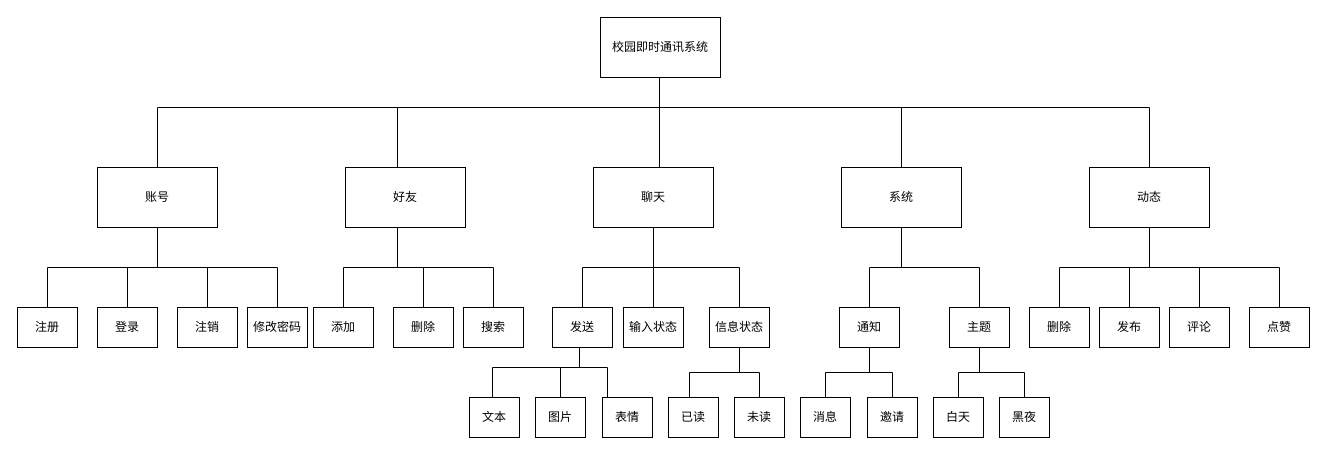
This is 未命名绘图.drawio from kkiiidd/demo1, a draw.io file, before an edit. Source tidied: cells renumbered, new cells numbered last; positions are measured from the earlier drawing's top-left corner, leaving out a move shared by most shapes. Both pictures are drawn from the tidied source at 100%, with x=0, y=0 at pixel (17, 17).
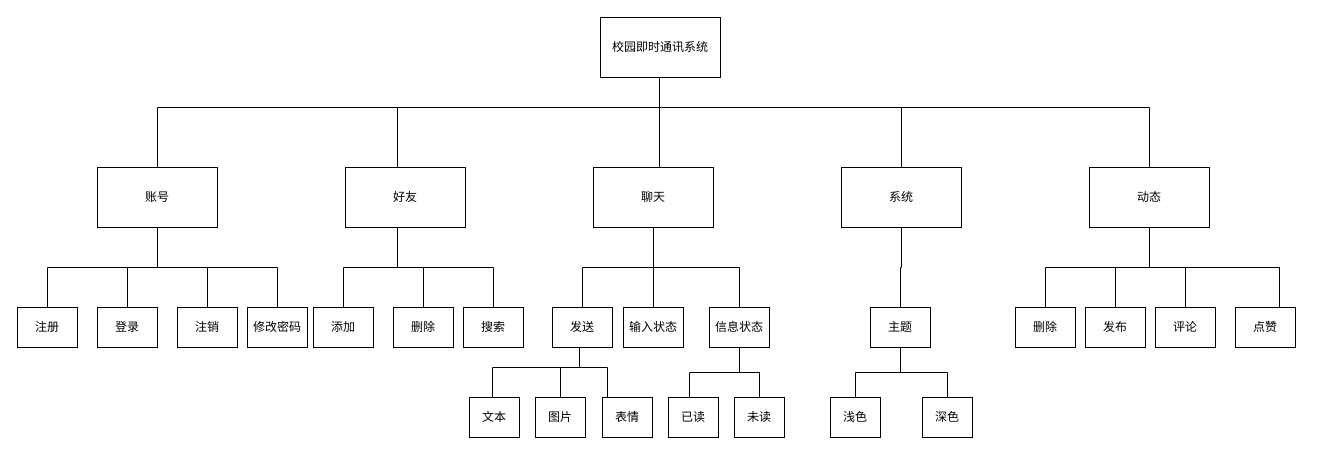
The same diagram, later.

Commit message:
更新未命名绘图.drawio

The change refers to these unchanged cells:
```xml
<mxCell id="24" value="系统" style="rounded=0;whiteSpace=wrap;html=1;strokeColor=default;" parent="1" vertex="1">
  <mxGeometry x="824" y="150" width="120" height="60" as="geometry" />
</mxCell>
<mxCell id="29" value="动态" style="rounded=0;whiteSpace=wrap;html=1;strokeColor=default;" parent="1" vertex="1">
  <mxGeometry x="1072" y="150" width="120" height="60" as="geometry" />
</mxCell>
```

Change to the diagram source:
```diff
@@
-    <mxCell id="22" style="edgeStyle=orthogonalEdgeStyle;rounded=0;jettySize=auto;html=1;entryX=0.5;entryY=0;entryDx=0;entryDy=0;strokeColor=default;endArrow=none;endFill=0;" parent="1" edge="1" source="24" target="46">
-      <mxGeometry relative="1" as="geometry">
-        <Array as="points">
-          <mxPoint x="884" y="250" />
-          <mxPoint x="852" y="250" />
-        </Array>
-      </mxGeometry>
-    </mxCell>
@@
     <mxCell id="25" style="edgeStyle=orthogonalEdgeStyle;rounded=0;jettySize=auto;html=1;entryX=0.5;entryY=0;entryDx=0;entryDy=0;strokeColor=default;endArrow=none;endFill=0;" parent="1" edge="1" source="29" target="50">
-      <mxGeometry relative="1" as="geometry" />
+      <mxGeometry relative="1" as="geometry">
+        <Array as="points">
+          <mxPoint x="1132" y="250" />
+          <mxPoint x="1028" y="250" />
+        </Array>
+      </mxGeometry>
     </mxCell>
@@
-    <mxCell id="44" style="edgeStyle=orthogonalEdgeStyle;rounded=0;jettySize=auto;html=1;entryX=0.5;entryY=0;entryDx=0;entryDy=0;strokeColor=default;endArrow=none;endFill=0;" parent="1" edge="1" source="46" target="59">
-      <mxGeometry relative="1" as="geometry" />
-    </mxCell>
-    <mxCell id="45" style="edgeStyle=orthogonalEdgeStyle;rounded=0;jettySize=auto;html=1;strokeColor=default;endArrow=none;endFill=0;" parent="1" edge="1" source="46" target="60">
-      <mxGeometry relative="1" as="geometry" />
-    </mxCell>
-    <mxCell id="46" value="通知" style="rounded=0;whiteSpace=wrap;html=1;strokeColor=default;" parent="1" vertex="1">
-      <mxGeometry x="822" y="290" width="60" height="40" as="geometry" />
-    </mxCell>
@@
     <mxCell id="49" value="主题" style="rounded=0;whiteSpace=wrap;html=1;strokeColor=default;" parent="1" vertex="1">
-      <mxGeometry x="932" y="290" width="60" height="40" as="geometry" />
+      <mxGeometry x="853" y="290" width="60" height="40" as="geometry" />
     </mxCell>
     <mxCell id="50" value="删除" style="rounded=0;whiteSpace=wrap;html=1;strokeColor=default;" parent="1" vertex="1">
-      <mxGeometry x="1012" y="290" width="60" height="40" as="geometry" />
+      <mxGeometry x="998" y="290" width="60" height="40" as="geometry" />
     </mxCell>
     <mxCell id="51" value="发布" style="rounded=0;whiteSpace=wrap;html=1;strokeColor=default;" parent="1" vertex="1">
-      <mxGeometry x="1082" y="290" width="60" height="40" as="geometry" />
+      <mxGeometry x="1068" y="290" width="60" height="40" as="geometry" />
     </mxCell>
     <mxCell id="52" value="评论" style="rounded=0;whiteSpace=wrap;html=1;strokeColor=default;" parent="1" vertex="1">
-      <mxGeometry x="1152" y="290" width="60" height="40" as="geometry" />
+      <mxGeometry x="1138" y="290" width="60" height="40" as="geometry" />
     </mxCell>
     <mxCell id="53" value="点赞" style="rounded=0;whiteSpace=wrap;html=1;strokeColor=default;" parent="1" vertex="1">
-      <mxGeometry x="1232" y="290" width="60" height="40" as="geometry" />
+      <mxGeometry x="1218" y="290" width="60" height="40" as="geometry" />
     </mxCell>
@@
-    <mxCell id="59" value="消息" style="rounded=0;whiteSpace=wrap;html=1;flipH=1;strokeColor=default;" parent="1" vertex="1">
-      <mxGeometry x="783" y="380" width="50" height="40" as="geometry" />
-    </mxCell>
-    <mxCell id="60" value="邀请" style="rounded=0;whiteSpace=wrap;html=1;flipH=1;strokeColor=default;" parent="1" vertex="1">
-      <mxGeometry x="850" y="380" width="50" height="40" as="geometry" />
-    </mxCell>
-    <mxCell id="61" value="白天" style="rounded=0;whiteSpace=wrap;html=1;flipH=1;strokeColor=default;" parent="1" vertex="1">
-      <mxGeometry x="916" y="380" width="50" height="40" as="geometry" />
+    <mxCell id="61" value="浅色" style="rounded=0;whiteSpace=wrap;html=1;flipH=1;strokeColor=default;" parent="1" vertex="1">
+      <mxGeometry x="813" y="380" width="50" height="40" as="geometry" />
     </mxCell>
-    <mxCell id="62" value="黑夜" style="rounded=0;whiteSpace=wrap;html=1;flipH=1;strokeColor=default;" parent="1" vertex="1">
-      <mxGeometry x="982" y="380" width="50" height="40" as="geometry" />
+    <mxCell id="62" value="深色" style="rounded=0;whiteSpace=wrap;html=1;flipH=1;strokeColor=default;" parent="1" vertex="1">
+      <mxGeometry x="905" y="380" width="50" height="40" as="geometry" />
     </mxCell>
```
